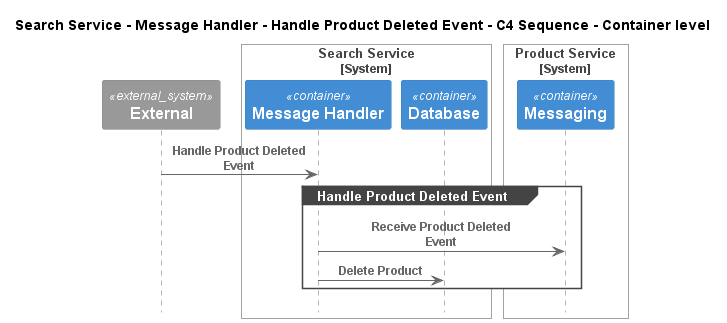
C4InterFlow/architecture-as-code-samples keeps this PlantUML diagram as e-commerce-platform/Software Systems/Search Service/Containers/Message Handler/Interfaces/Handle Product Deleted Event/Container - C4 Sequence.png. Above is the earlier version.
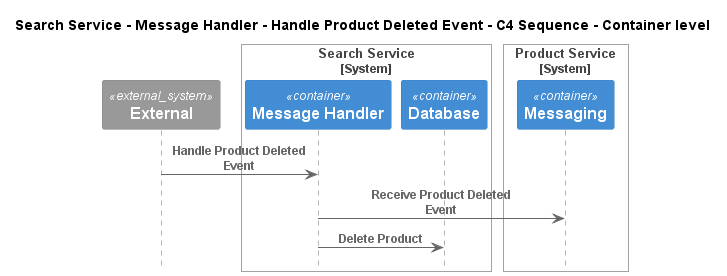
The same diagram one commit later.

Diff of the diagram source:
```diff
@@ -16,10 +16,8 @@
 Boundary_End()
 
 Rel(C4InterFlow.SoftwareSystems.ExternalSystem, ECommercePlatform.SoftwareSystems.SearchService.Containers.MessageHandler, "Handle Product Deleted Event")
-group Handle Product Deleted Event
 Rel(ECommercePlatform.SoftwareSystems.SearchService.Containers.MessageHandler, ECommercePlatform.SoftwareSystems.ProductService.Containers.Messaging, "Receive Product Deleted Event")
 Rel(ECommercePlatform.SoftwareSystems.SearchService.Containers.MessageHandler, ECommercePlatform.SoftwareSystems.SearchService.Containers.Database, "Delete Product")
-end
 
 
 @enduml
```
